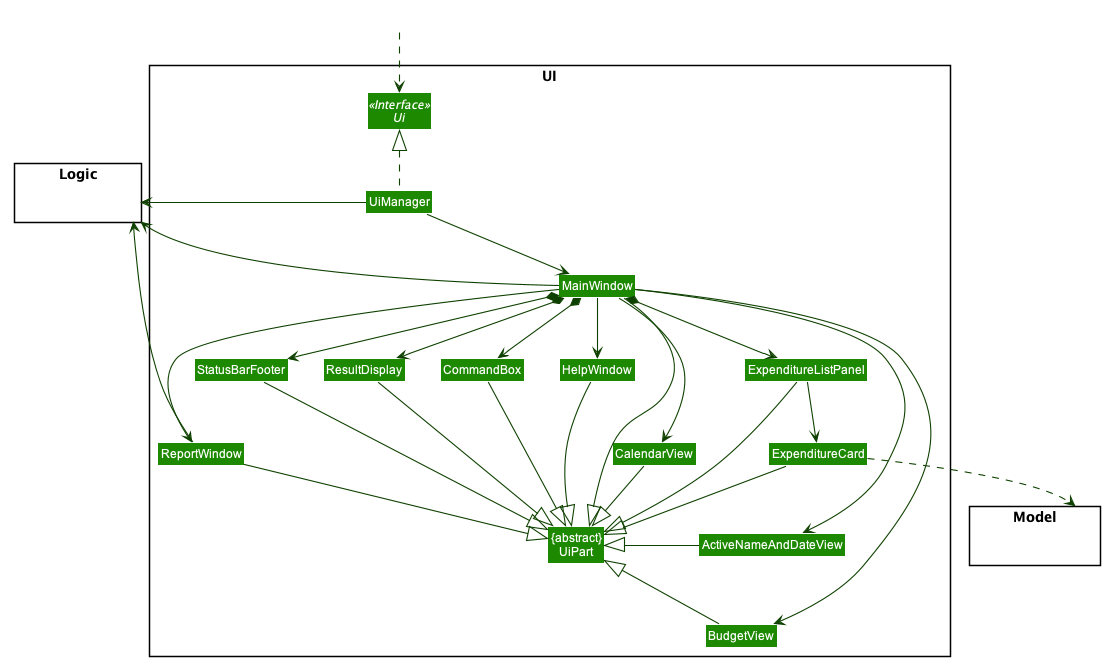
Before: images/UiClassDiagram.png, a diagram exported from PlantUML (AY1920S2-CS2103T-T10-3/main). Source of this version:
```plantuml
@startuml








skinparam BackgroundColor #FFFFFFF

skinparam Shadowing false

skinparam Class {
    FontColor #FFFFFF
    BorderThickness 1
    BorderColor #FFFFFF
    StereotypeFontColor #FFFFFF
    FontName Arial
}

skinparam Actor {
    BorderColor #000000
    Color #000000
    FontName Arial
}

skinparam Sequence {
    MessageAlign center
    BoxFontSize 15
    BoxPadding 0
    BoxFontColor #FFFFFF
    FontName Arial
}

skinparam Participant {
    FontColor #FFFFFFF
    Padding 20
}

skinparam MinClassWidth 50
skinparam ParticipantPadding 10
skinparam Shadowing false
skinparam DefaultTextAlignment center
skinparam packageStyle Rectangle

hide footbox
hide members
hide circle
skinparam arrowThickness 1.1
skinparam arrowColor #0E4100
skinparam classBackgroundColor #1D8900

package UI <<Rectangle>>{
Interface Ui <<Interface>>
Class "{abstract}\nUiPart" as UiPart
Class UiManager
Class MainWindow
Class HelpWindow
Class ReportWindow
Class ResultDisplay
Class ExpenditureListPanel
Class ExpenditureCard
Class StatusBarFooter
Class CommandBox
Class CalendarView
Class BudgetView
Class ActiveNameAndDateView
}

package Model <<Rectangle>> {
Class HiddenModel #FFFFFF
}

package Logic <<Rectangle>> {
Class HiddenLogic #FFFFFF
}

Class HiddenOutside #FFFFFF
HiddenOutside ..> Ui

UiManager .up.|> Ui
UiManager --> MainWindow
MainWindow -right-> HelpWindow
MainWindow --> CalendarView
MainWindow -right-> ReportWindow
MainWindow *-left-> CommandBox
MainWindow *-left-> ResultDisplay
MainWindow *-right-> ExpenditureListPanel
MainWindow -right-> ActiveNameAndDateView
MainWindow -> BudgetView
MainWindow *--> StatusBarFooter

ExpenditureListPanel -down-> ExpenditureCard

MainWindow -left-|> UiPart
CalendarView -down|> UiPart
ResultDisplay --|> UiPart
CommandBox --|> UiPart
ExpenditureListPanel --|> UiPart
ExpenditureCard --|> UiPart
StatusBarFooter --|> UiPart
HelpWindow -down-|> UiPart
ReportWindow --|> UiPart
BudgetView -up-|> UiPart
ActiveNameAndDateView -left|> UiPart

ExpenditureCard ..> Model
UiManager -up-> Logic
MainWindow -up-> Logic
ReportWindow --> Logic

ExpenditureListPanel -[hidden]left- HelpWindow
HelpWindow -[hidden]left- CommandBox
CommandBox -[hidden]left- ResultDisplay
ResultDisplay -[hidden]left- StatusBarFooter

MainWindow -[hidden]-|> UiPart
@enduml
```
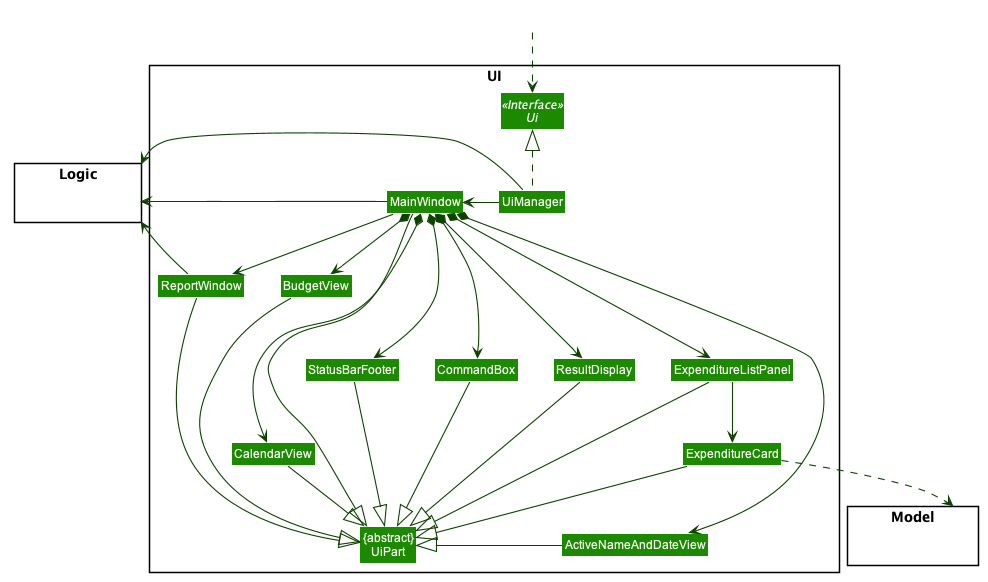
The same diagram one commit later.

Diff of the diagram source:
```diff
@@ -56,7 +56,6 @@
 Class "{abstract}\nUiPart" as UiPart
 Class UiManager
 Class MainWindow
-Class HelpWindow
 Class ReportWindow
 Class ResultDisplay
 Class ExpenditureListPanel
@@ -80,40 +79,35 @@
 HiddenOutside ..> Ui
 
 UiManager .up.|> Ui
-UiManager --> MainWindow
-MainWindow -right-> HelpWindow
-MainWindow --> CalendarView
-MainWindow -right-> ReportWindow
-MainWindow *-left-> CommandBox
-MainWindow *-left-> ResultDisplay
-MainWindow *-right-> ExpenditureListPanel
-MainWindow -right-> ActiveNameAndDateView
-MainWindow -> BudgetView
+UiManager -left-> MainWindow
+MainWindow *--right-> CalendarView
+MainWindow -down-> ReportWindow
+MainWindow *---> CommandBox
+MainWindow *---> ResultDisplay
+MainWindow *---> ExpenditureListPanel
+MainWindow *--> ActiveNameAndDateView
+MainWindow *--> BudgetView
 MainWindow *--> StatusBarFooter
 
 ExpenditureListPanel -down-> ExpenditureCard
 
-MainWindow -left-|> UiPart
-CalendarView -down|> UiPart
+MainWindow --|> UiPart
+CalendarView -|> UiPart
 ResultDisplay --|> UiPart
 CommandBox --|> UiPart
 ExpenditureListPanel --|> UiPart
 ExpenditureCard --|> UiPart
 StatusBarFooter --|> UiPart
-HelpWindow -down-|> UiPart
 ReportWindow --|> UiPart
-BudgetView -up-|> UiPart
-ActiveNameAndDateView -left|> UiPart
+BudgetView -down-|> UiPart
+ActiveNameAndDateView -|> UiPart
 
 ExpenditureCard ..> Model
-UiManager -up-> Logic
-MainWindow -up-> Logic
-ReportWindow --> Logic
+UiManager -right-> Logic
+MainWindow --> Logic
+ReportWindow -up-> Logic
 
-ExpenditureListPanel -[hidden]left- HelpWindow
-HelpWindow -[hidden]left- CommandBox
 CommandBox -[hidden]left- ResultDisplay
 ResultDisplay -[hidden]left- StatusBarFooter
-
 MainWindow -[hidden]-|> UiPart
 @enduml
```
